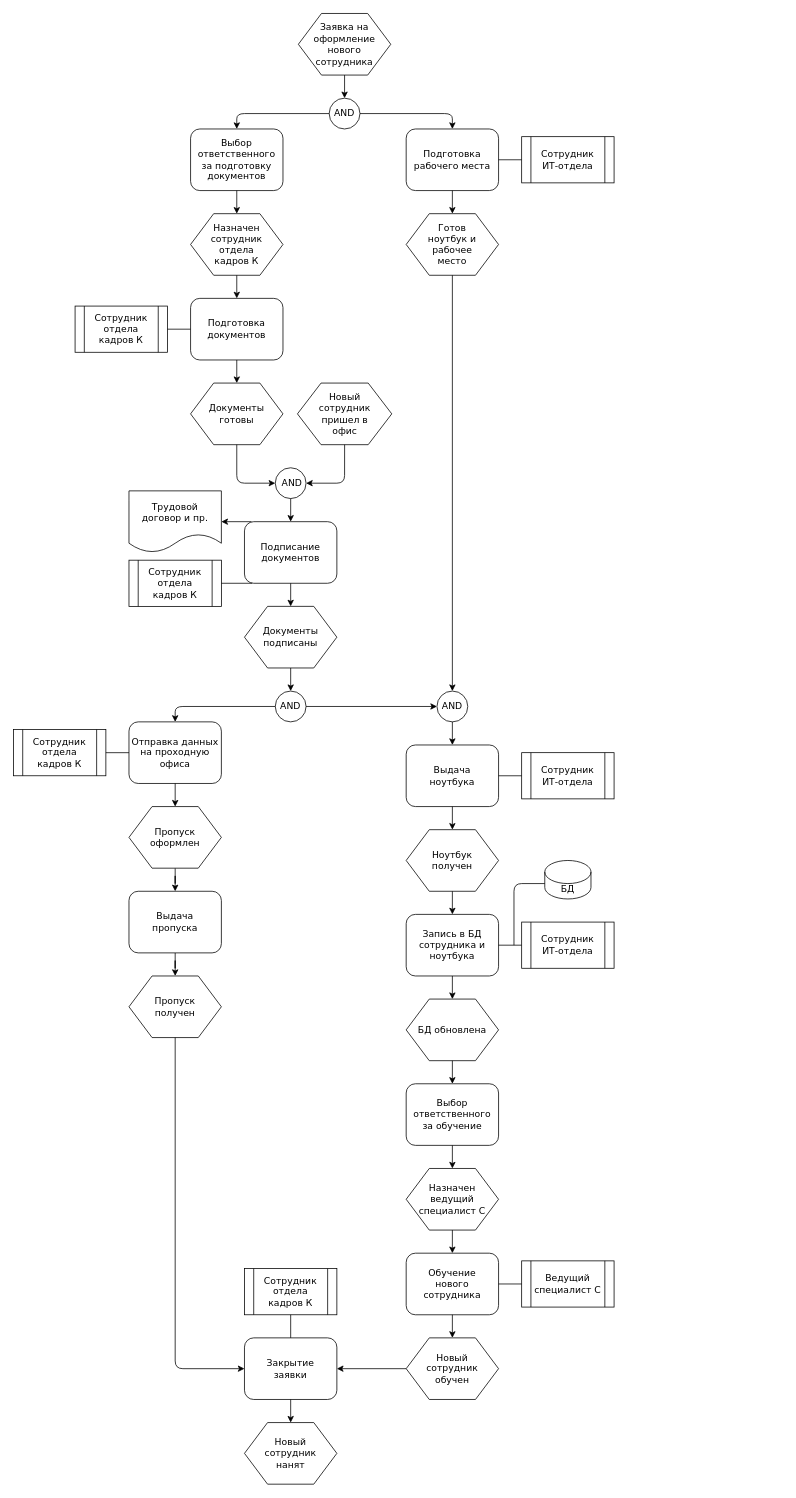
The draw.io diagram epc.drawio in InnaKolmakova/Lebedev, before the edit. Source tidied: cells renumbered, new cells numbered last; positions are measured from the earlier drawing's top-left corner, leaving out a move shared by most shapes. Both pictures are drawn from the tidied source at 77%, with x=0, y=0 at pixel (13, 13).
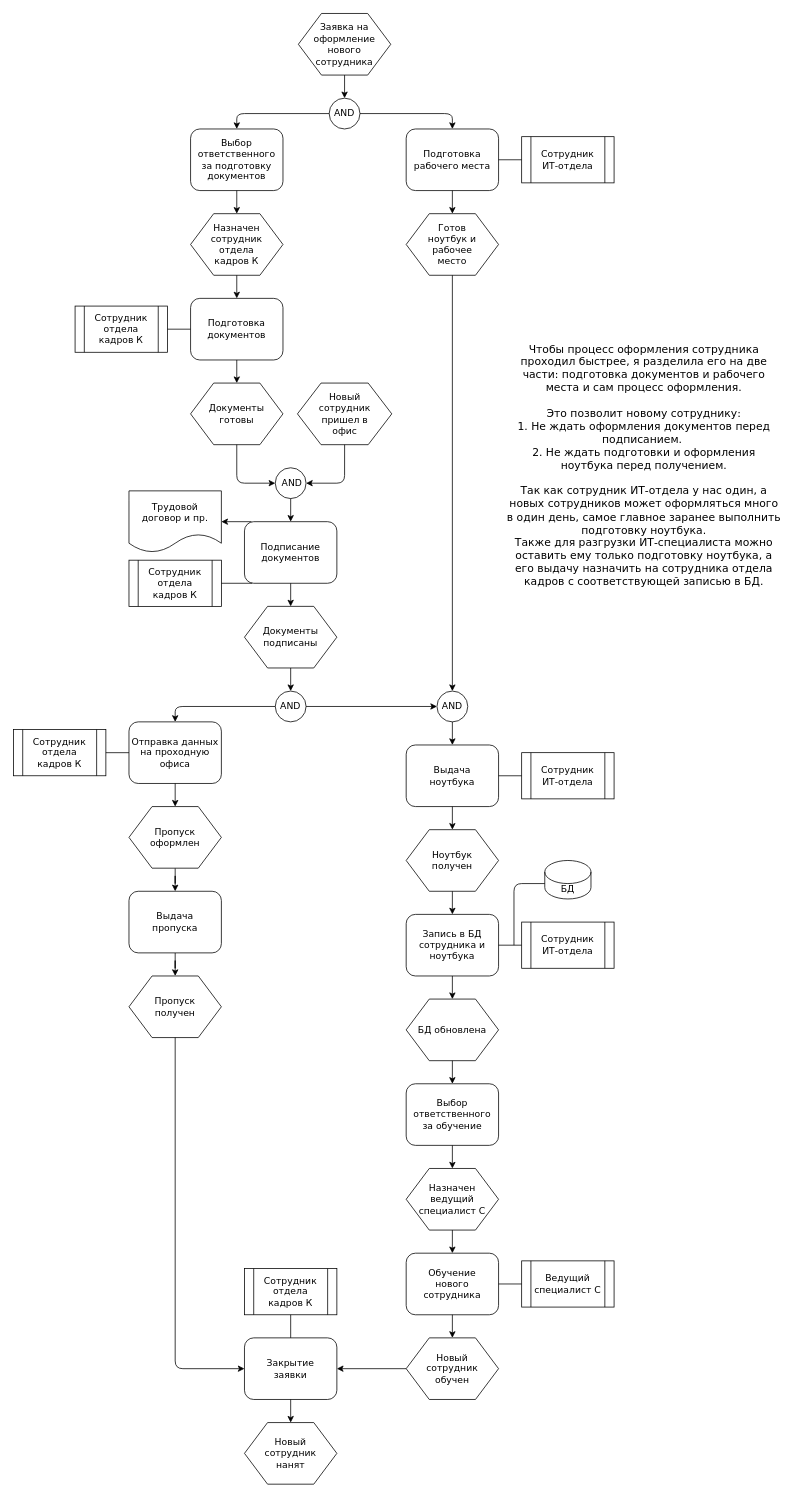
After the change.

Diff of the diagram source:
```diff
@@
+    <mxCell id="80" value="Чтобы процесс оформления сотрудника проходил быстрее, я разделила его на две части: подготовка документов и рабочего места и сам процесс оформления.&lt;br style=&quot;font-size: 14px&quot;&gt;&amp;nbsp;&amp;nbsp;&lt;br style=&quot;font-size: 14px&quot;&gt;Это позволит новому сотруднику:&lt;br style=&quot;font-size: 14px&quot;&gt;1. Не ждать оформления документов перед подписанием.&amp;nbsp;&lt;br style=&quot;font-size: 14px&quot;&gt;2. Не ждать подготовки и оформления ноутбука перед получением.&lt;br style=&quot;font-size: 14px&quot;&gt;&lt;br style=&quot;font-size: 14px&quot;&gt;Так как сотрудник ИТ-отдела у нас один, а новых сотрудников может оформляться много в один день, самое главное заранее выполнить подготовку ноутбука. &lt;br style=&quot;font-size: 14px&quot;&gt;Также для разгрузки ИТ-специалиста можно оставить ему только подготовку ноутбука, а его выдачу назначить на сотрудника отдела кадров с соответствующей записью в БД.&lt;br style=&quot;font-size: 14px&quot;&gt;&amp;nbsp;&amp;nbsp;" style="text;html=1;strokeColor=none;fillColor=none;align=center;verticalAlign=middle;whiteSpace=wrap;rounded=0;fontFamily=Verdana;fontSize=14;" parent="1" vertex="1">
+      <mxGeometry x="639" y="400" width="360" height="390" as="geometry" />
+    </mxCell>
```
